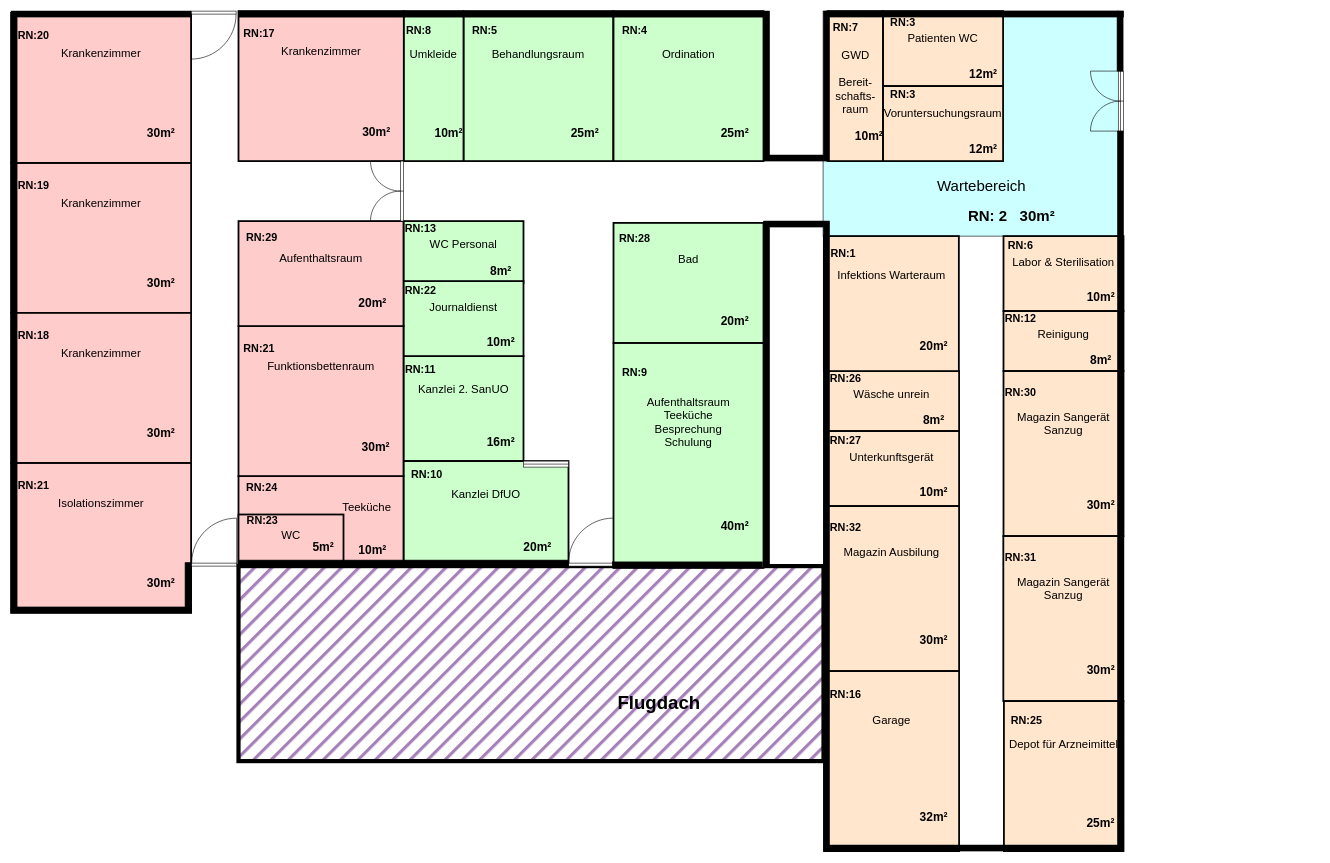
Earlier version of the draw.io diagram Unbenanntes Diagramm.drawio (Yeetmoser/asd). Source tidied: cells renumbered, new cells numbered last; positions are measured from the earlier drawing's top-left corner, leaving out a move shared by most shapes. Both pictures are drawn from the tidied source at 60%, with x=0, y=0 at pixel (11, 11).
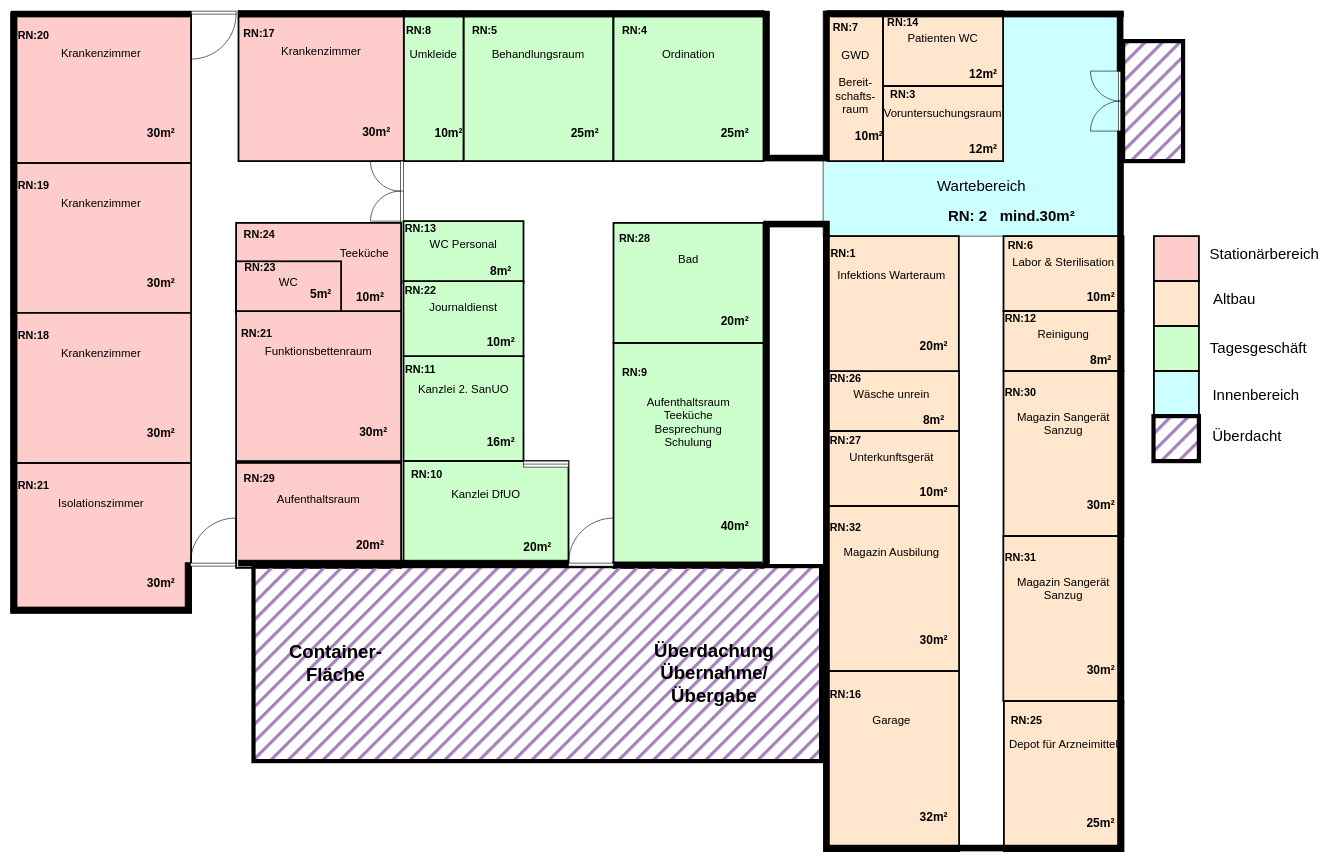
The same diagram, later.

Unchanged cells that the change refers to:
```xml
<mxCell id="3" style="group;" parent="2" vertex="1">
  <mxGeometry width="492" height="375" as="geometry" />
</mxCell>
<mxCell id="13" style="group;" parent="1" vertex="1">
  <mxGeometry x="1453.3" width="200" height="125" as="geometry" />
</mxCell>
```

Change to the diagram source:
```diff
@@
-    <mxCell id="6" value="RN: 2&amp;nbsp;&amp;nbsp; 30m²" style="text;html=1;strokeColor=none;fillColor=none;align=center;verticalAlign=middle;whiteSpace=wrap;rounded=0;fillStyle=solid;fontSize=25;fontStyle=1;" parent="3" vertex="1">
+    <mxCell id="6" value="RN: 2&amp;nbsp;&amp;nbsp; mind.30m²" style="text;html=1;strokeColor=none;fillColor=none;align=center;verticalAlign=middle;whiteSpace=wrap;rounded=0;fillStyle=solid;fontSize=25;fontStyle=1;" parent="3" vertex="1">
       <mxGeometry x="192.7" y="325" width="242.7" height="30" as="geometry" />
     </mxCell>
@@
-    <mxCell id="16" value="RN:3" style="text;html=1;strokeColor=none;fillColor=none;align=center;verticalAlign=middle;whiteSpace=wrap;rounded=0;fillStyle=auto;strokeWidth=3;fontSize=18;fontStyle=1;" parent="13" vertex="1">
+    <mxCell id="16" value="RN:14" style="text;html=1;strokeColor=none;fillColor=none;align=center;verticalAlign=middle;whiteSpace=wrap;rounded=0;fillStyle=auto;strokeWidth=3;fontSize=18;fontStyle=1;" parent="13" vertex="1">
       <mxGeometry y="6" width="66.7" height="27.8" as="geometry" />
     </mxCell>
@@
-    <mxCell id="28" style="group;" parent="1" vertex="1">
-      <mxGeometry x="379" y="925" width="975" height="325" as="geometry" />
-    </mxCell>
-    <mxCell id="29" style="rounded=0;whiteSpace=wrap;html=1;fillStyle=hatch;fontSize=25;fillColor=#A680B8;gradientColor=none;strokeWidth=7;" parent="28" vertex="1">
-      <mxGeometry width="975" height="325" as="geometry" />
-    </mxCell>
-    <mxCell id="30" value="Flugdach" style="text;html=1;strokeColor=none;fillColor=none;align=center;verticalAlign=middle;whiteSpace=wrap;rounded=0;fillStyle=hatch;strokeWidth=7;fontSize=31;fontStyle=1;" parent="28" vertex="1">
-      <mxGeometry x="658.8" y="208.9" width="83.6" height="37.1" as="geometry" />
-    </mxCell>
@@
     <mxCell id="144" style="group;" parent="1" vertex="1">
-      <mxGeometry x="379" y="775" width="275" height="150" as="geometry" />
+      <mxGeometry x="375" y="353" width="275" height="150" as="geometry" />
     </mxCell>
@@
     <mxCell id="155" style="group;" parent="1" vertex="1">
-      <mxGeometry x="379" y="525" width="275" height="250" as="geometry" />
+      <mxGeometry x="375" y="500" width="275" height="250" as="geometry" />
     </mxCell>
@@
     <mxCell id="160" style="group;" parent="1" vertex="1">
-      <mxGeometry x="379" y="350" width="275" height="175" as="geometry" />
+      <mxGeometry x="375" y="753" width="275" height="175" as="geometry" />
     </mxCell>
@@
-    <mxCell id="174" style="verticalLabelPosition=bottom;html=1;verticalAlign=top;align=center;shape=mxgraph.floorplan.doorLeft;rotation=-180;" parent="1" vertex="1">
-      <mxGeometry x="929" y="850" width="75" height="75" as="geometry" />
-    </mxCell>
@@
     <mxCell id="179" style="verticalLabelPosition=bottom;html=1;verticalAlign=top;align=center;shape=mxgraph.floorplan.doorLeft;rotation=-180;" parent="1" vertex="1">
-      <mxGeometry x="301" y="850" width="75" height="75" as="geometry" />
+      <mxGeometry x="299" y="850" width="75" height="75" as="geometry" />
     </mxCell>
@@
+    <mxCell id="185" style="rounded=0;whiteSpace=wrap;html=1;fillStyle=hatch;fontSize=25;fillColor=#A680B8;gradientColor=none;strokeWidth=7;" parent="1" vertex="1">
+      <mxGeometry x="1853.3" y="50" width="100" height="200" as="geometry" />
+    </mxCell>
+    <mxCell id="186" style="group;" parent="1" vertex="1">
+      <mxGeometry x="404" y="925" width="946" height="325" as="geometry" />
+    </mxCell>
+    <mxCell id="29" style="rounded=0;whiteSpace=wrap;html=1;fillStyle=hatch;fontSize=25;fillColor=#A680B8;gradientColor=none;strokeWidth=7;" parent="186" vertex="1">
+      <mxGeometry width="946" height="325" as="geometry" />
+    </mxCell>
+    <mxCell id="30" value="&lt;div&gt;Überdachung&lt;/div&gt;&lt;div&gt;Übernahme/Übergabe&lt;br&gt;&lt;/div&gt;&lt;div&gt;&lt;br&gt;&lt;/div&gt;" style="text;html=1;strokeColor=none;fillColor=none;align=center;verticalAlign=middle;whiteSpace=wrap;rounded=0;fillStyle=hatch;strokeWidth=7;fontSize=31;fontStyle=1;" parent="186" vertex="1">
+      <mxGeometry x="683.1" y="178" width="169.8" height="37.1" as="geometry" />
+    </mxCell>
+    <mxCell id="187" value="Container-Fläche" style="text;html=1;strokeColor=none;fillColor=none;align=center;verticalAlign=middle;whiteSpace=wrap;rounded=0;fillStyle=hatch;strokeWidth=7;fontSize=31;fontStyle=1;" parent="186" vertex="1">
+      <mxGeometry x="52.4" y="143.9" width="169.8" height="37.1" as="geometry" />
+    </mxCell>
+    <mxCell id="188" style="group;" parent="1" vertex="1">
+      <mxGeometry x="1904" y="375" width="234.7" height="375" as="geometry" />
+    </mxCell>
+    <mxCell id="189" style="group;" parent="188" vertex="1">
+      <mxGeometry x="0.7" width="75" height="75" as="geometry" />
+    </mxCell>
+    <mxCell id="190" style="rounded=0;whiteSpace=wrap;html=1;fillStyle=auto;strokeWidth=3;fillColor=#FFCCCC;strokeColor=#030303;" parent="189" vertex="1">
+      <mxGeometry width="75" height="75" as="geometry" />
+    </mxCell>
+    <mxCell id="191" style="rounded=0;whiteSpace=wrap;html=1;fillStyle=auto;strokeWidth=3;fillColor=#ffe6cc;strokeColor=#030303;" parent="188" vertex="1">
+      <mxGeometry x="0.7" y="75" width="75" height="75" as="geometry" />
+    </mxCell>
+    <mxCell id="192" style="rounded=0;whiteSpace=wrap;html=1;fillStyle=auto;strokeWidth=3;fillColor=#CCFFCC;strokeColor=#030303;" parent="188" vertex="1">
+      <mxGeometry x="0.7" y="150" width="75" height="75" as="geometry" />
+    </mxCell>
+    <mxCell id="193" style="group;strokeWidth=3;" parent="188" vertex="1">
+      <mxGeometry x="0.7" y="225" width="75" height="75" as="geometry" />
+    </mxCell>
+    <mxCell id="194" style="rounded=0;whiteSpace=wrap;html=1;fillStyle=solid;fillColor=#CCFFFF;gradientColor=none;strokeWidth=3;" parent="193" vertex="1">
+      <mxGeometry width="75" height="75" as="geometry" />
+    </mxCell>
+    <mxCell id="195" style="rounded=0;whiteSpace=wrap;html=1;fillStyle=hatch;fontSize=25;fillColor=#A680B8;gradientColor=none;strokeWidth=7;" parent="188" vertex="1">
+      <mxGeometry y="300" width="75.7" height="75" as="geometry" />
+    </mxCell>
+    <mxCell id="196" value="Stationärbereich" style="text;html=1;strokeColor=none;fillColor=none;align=center;verticalAlign=middle;whiteSpace=wrap;rounded=0;strokeWidth=3;fontSize=25;" parent="188" vertex="1">
+      <mxGeometry x="134.7" y="9.5" width="100" height="37" as="geometry" />
+    </mxCell>
+    <mxCell id="197" value="Altbau" style="text;html=1;strokeColor=none;fillColor=none;align=center;verticalAlign=middle;whiteSpace=wrap;rounded=0;strokeWidth=3;fontSize=25;" parent="188" vertex="1">
+      <mxGeometry x="84.7" y="84.5" width="100" height="37" as="geometry" />
+    </mxCell>
+    <mxCell id="198" value="Tagesgeschäft" style="text;html=1;strokeColor=none;fillColor=none;align=center;verticalAlign=middle;whiteSpace=wrap;rounded=0;strokeWidth=3;fontSize=25;" parent="188" vertex="1">
+      <mxGeometry x="124.7" y="166" width="100" height="37" as="geometry" />
+    </mxCell>
+    <mxCell id="199" value="Innenbereich" style="text;html=1;strokeColor=none;fillColor=none;align=center;verticalAlign=middle;whiteSpace=wrap;rounded=0;strokeWidth=3;fontSize=25;" parent="188" vertex="1">
+      <mxGeometry x="120.7" y="244" width="100" height="37" as="geometry" />
+    </mxCell>
+    <mxCell id="200" value="Überdacht" style="text;html=1;strokeColor=none;fillColor=none;align=center;verticalAlign=middle;whiteSpace=wrap;rounded=0;strokeWidth=3;fontSize=25;" parent="188" vertex="1">
+      <mxGeometry x="105.7" y="313" width="100" height="37" as="geometry" />
+    </mxCell>
+    <mxCell id="174" style="verticalLabelPosition=bottom;html=1;verticalAlign=top;align=center;shape=mxgraph.floorplan.doorLeft;rotation=-180;" parent="1" vertex="1">
+      <mxGeometry x="929" y="850" width="75" height="75" as="geometry" />
+    </mxCell>
```
